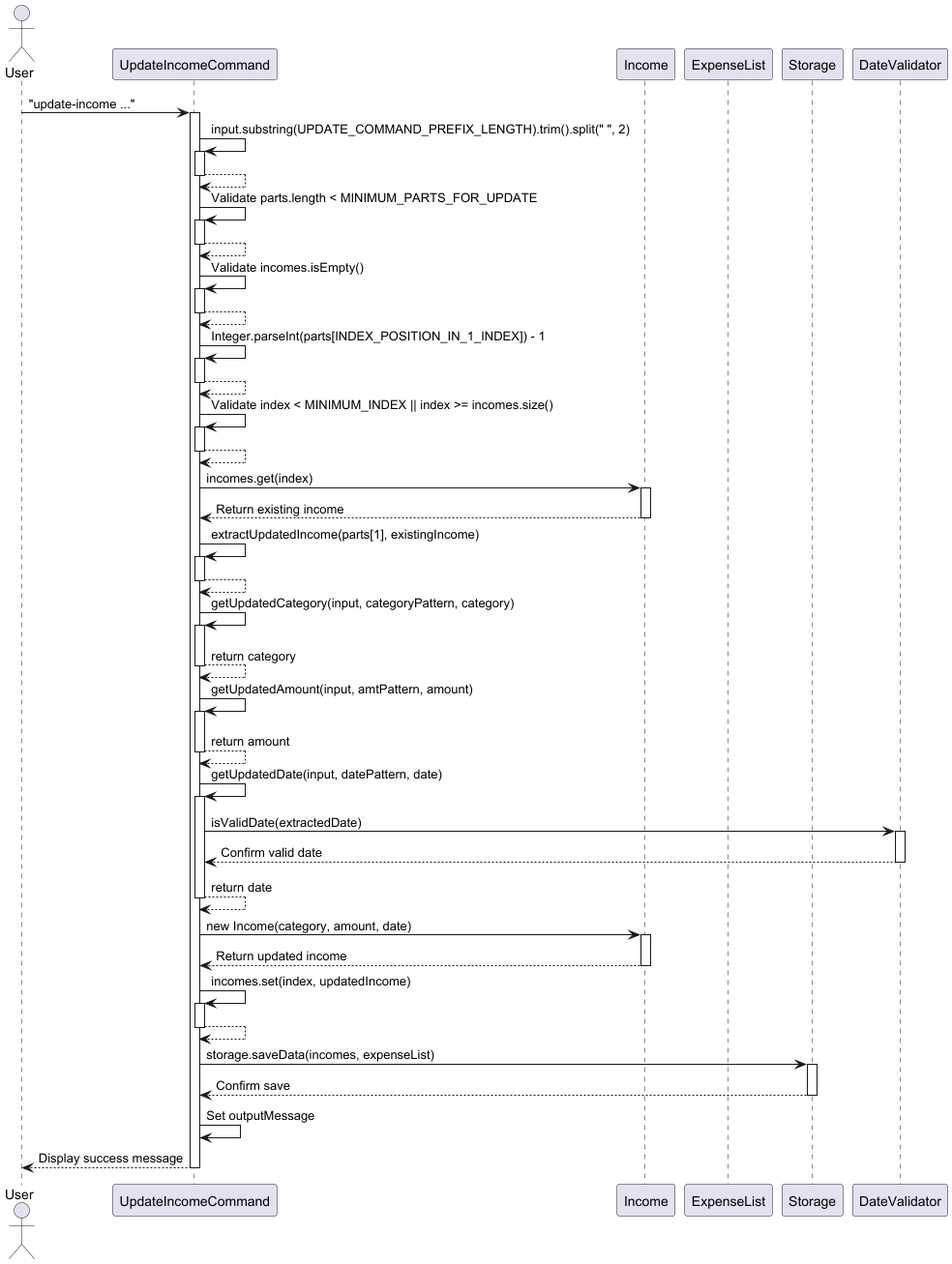
Earlier version of the PlantUML export docs/diagrams/UpdateIncomeCommandSequence.png (thienkimtranhoang/tp).
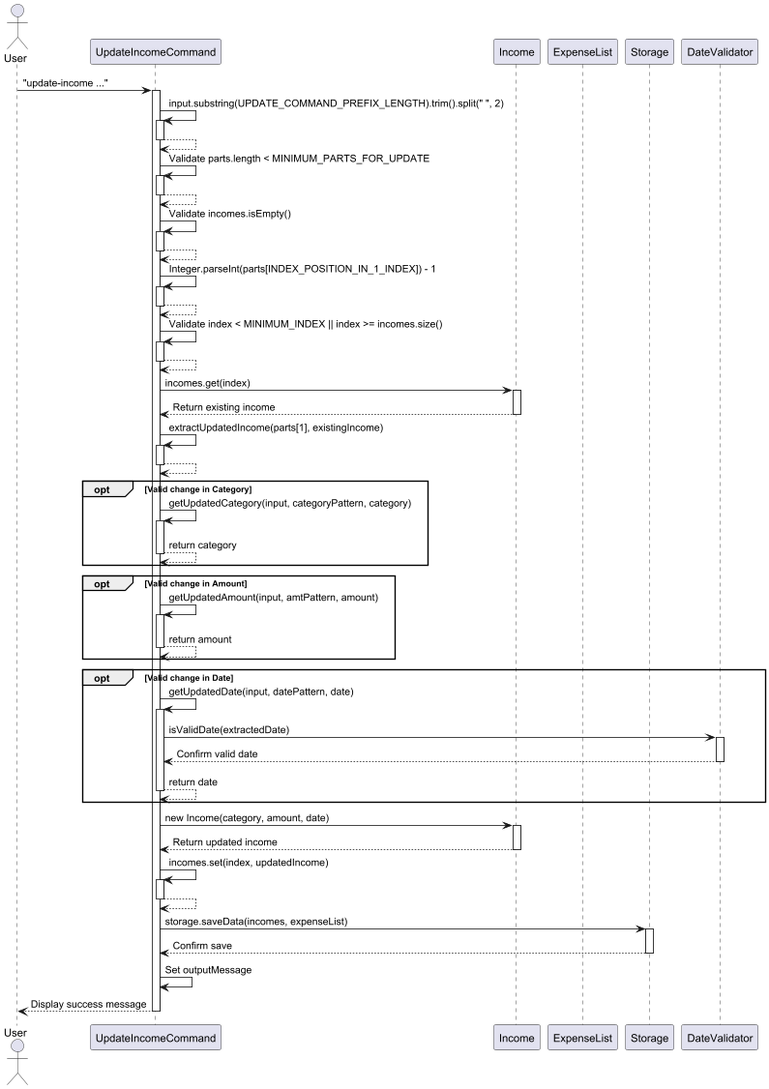
Above is the later version.

Change to the diagram source:
```diff
@@ -44,15 +44,22 @@
 activate UpdateIncomeCommand
 UpdateIncomeCommand --> UpdateIncomeCommand
 deactivate UpdateIncomeCommand
+
+opt Valid change in Category
 UpdateIncomeCommand -> UpdateIncomeCommand: getUpdatedCategory(input, categoryPattern, category)
 activate UpdateIncomeCommand
 UpdateIncomeCommand --> UpdateIncomeCommand: return category
 deactivate UpdateIncomeCommand
+end
+
+opt Valid change in Amount
 UpdateIncomeCommand -> UpdateIncomeCommand: getUpdatedAmount(input, amtPattern, amount)
 activate UpdateIncomeCommand
 UpdateIncomeCommand --> UpdateIncomeCommand: return amount
 deactivate UpdateIncomeCommand
+end
 
+opt Valid change in Date
 UpdateIncomeCommand -> UpdateIncomeCommand: getUpdatedDate(input, datePattern, date)
 activate UpdateIncomeCommand
 UpdateIncomeCommand -> DateValidator: isValidDate(extractedDate)
@@ -61,6 +68,7 @@
 deactivate DateValidator
 UpdateIncomeCommand --> UpdateIncomeCommand: return date
 deactivate UpdateIncomeCommand
+end
 
 
 UpdateIncomeCommand -> Income: new Income(category, amount, date)
```
